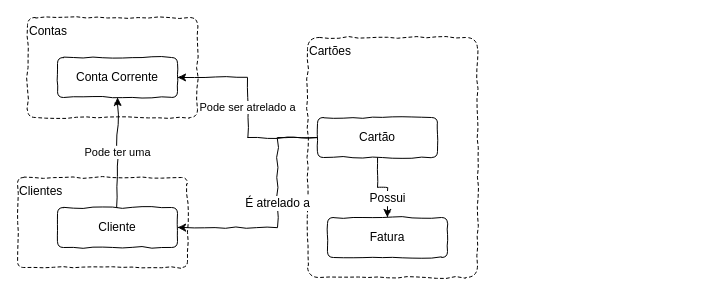
Before: definindo-contratos-rest-api/resources/domain-model.drawio in oliveira-michel/guias-api, a draw.io diagram. Source tidied: cells renumbered, new cells numbered last; positions are measured from the earlier drawing's top-left corner, leaving out a move shared by most shapes. Both pictures are drawn from the tidied source at 100%, with x=0, y=0 at pixel (17, 17).
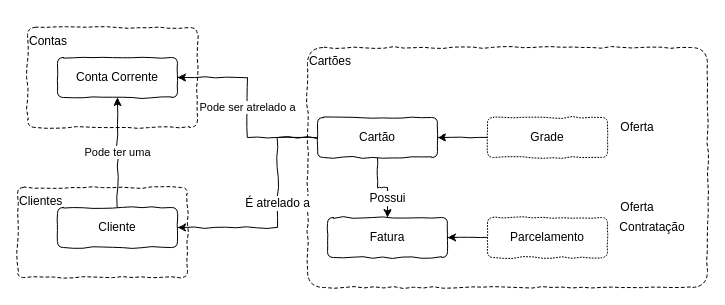
The same page after the edit.

The change refers to these unchanged cells:
```xml
<mxCell id="13" value="Cartão" style="rounded=1;whiteSpace=wrap;html=1;glass=0;comic=1;" parent="1" vertex="1">
  <mxGeometry x="300" y="100" width="120" height="40" as="geometry" />
</mxCell>
<mxCell id="14" value="Fatura" style="rounded=1;whiteSpace=wrap;html=1;comic=1;" parent="1" vertex="1">
  <mxGeometry x="310" y="200" width="120" height="40" as="geometry" />
</mxCell>
```

What changed in the source:
```diff
@@
     <mxCell id="2" value="Cartões" style="rounded=1;whiteSpace=wrap;html=1;glass=0;comic=1;dashed=1;align=left;verticalAlign=top;arcSize=7;" parent="1" vertex="1">
-      <mxGeometry x="290" y="20" width="170" height="240" as="geometry" />
+      <mxGeometry x="290" y="30" width="400" height="240" as="geometry" />
     </mxCell>
     <mxCell id="3" value="Clientes" style="rounded=1;whiteSpace=wrap;html=1;glass=0;comic=1;dashed=1;align=left;verticalAlign=top;arcSize=7;" parent="1" vertex="1">
-      <mxGeometry y="160" width="170" height="90" as="geometry" />
+      <mxGeometry y="170" width="170" height="90" as="geometry" />
     </mxCell>
     <mxCell id="4" value="Contas" style="rounded=1;whiteSpace=wrap;html=1;glass=0;comic=1;dashed=1;align=left;verticalAlign=top;arcSize=8;" parent="1" vertex="1">
-      <mxGeometry x="10" width="170" height="100" as="geometry" />
+      <mxGeometry x="10" y="10" width="170" height="100" as="geometry" />
     </mxCell>
@@
+    <mxCell id="15" style="edgeStyle=orthogonalEdgeStyle;rounded=0;comic=1;jettySize=auto;html=1;entryX=1;entryY=0.5;entryDx=0;entryDy=0;" parent="1" edge="1" source="16" target="14">
+      <mxGeometry relative="1" as="geometry" />
+    </mxCell>
+    <mxCell id="16" value="Parcelamento" style="rounded=1;whiteSpace=wrap;html=1;comic=1;dashed=1;dashPattern=1 2;" parent="1" vertex="1">
+      <mxGeometry x="470" y="200" width="120" height="40" as="geometry" />
+    </mxCell>
+    <mxCell id="17" style="edgeStyle=orthogonalEdgeStyle;rounded=0;comic=1;jettySize=auto;html=1;entryX=1;entryY=0.5;entryDx=0;entryDy=0;" parent="1" edge="1" source="18" target="13">
+      <mxGeometry relative="1" as="geometry" />
+    </mxCell>
+    <mxCell id="18" value="Grade" style="rounded=1;whiteSpace=wrap;html=1;comic=1;dashed=1;dashPattern=1 2;" parent="1" vertex="1">
+      <mxGeometry x="470" y="100" width="120" height="40" as="geometry" />
+    </mxCell>
+    <mxCell id="19" value="Oferta" style="text;html=1;strokeColor=none;fillColor=none;align=center;verticalAlign=middle;whiteSpace=wrap;rounded=0;glass=0;dashed=1;dashPattern=1 2;comic=1;" parent="1" vertex="1">
+      <mxGeometry x="600" y="180" width="40" height="20" as="geometry" />
+    </mxCell>
+    <mxCell id="20" value="Contratação" style="text;html=1;strokeColor=none;fillColor=none;align=center;verticalAlign=middle;whiteSpace=wrap;rounded=0;glass=0;dashed=1;dashPattern=1 2;comic=1;" parent="1" vertex="1">
+      <mxGeometry x="600" y="200" width="70" height="20" as="geometry" />
+    </mxCell>
+    <mxCell id="21" value="Oferta" style="text;html=1;strokeColor=none;fillColor=none;align=center;verticalAlign=middle;whiteSpace=wrap;rounded=0;glass=0;dashed=1;dashPattern=1 2;comic=1;" parent="1" vertex="1">
+      <mxGeometry x="600" y="100" width="40" height="20" as="geometry" />
+    </mxCell>
```
